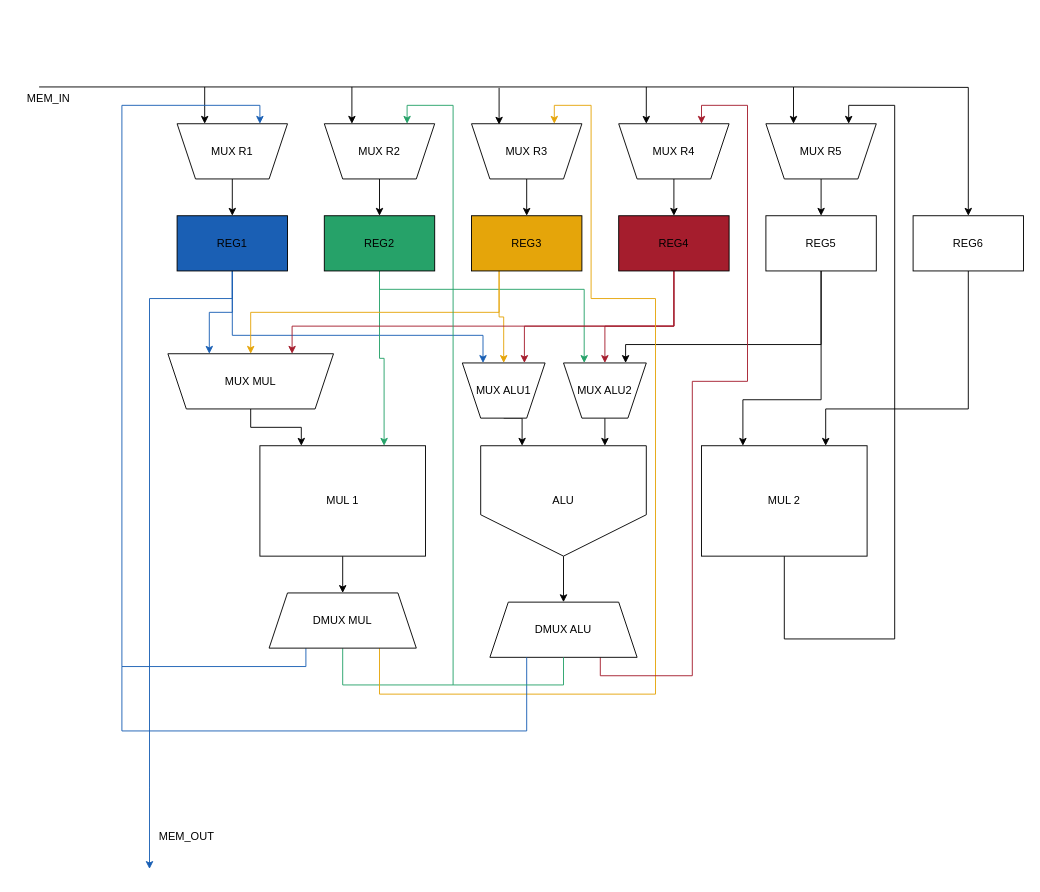
WoneBone/PSD keeps this draw.io diagram as Lab2/Datapath.drawio. Above is the earlier version. Source tidied: cells renumbered, new cells numbered last; positions are measured from the earlier drawing's top-left corner, leaving out a move shared by most shapes. Both pictures are drawn from the tidied source at 92%, with x=0, y=0 at pixel (16, 85).
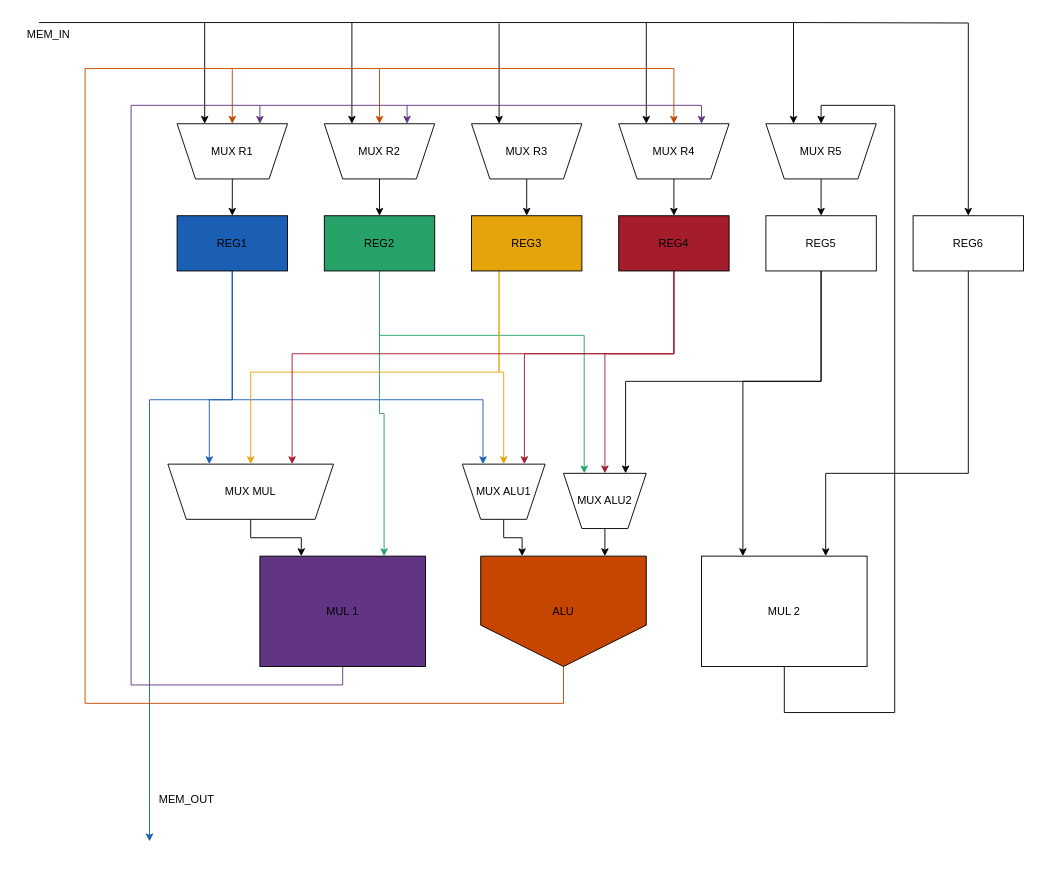
After the change.

Commit message:
Datapath.drawio só com MUX

The change refers to these unchanged cells:
```xml
<mxCell id="5" value="REG1" style="rounded=0;whiteSpace=wrap;html=1;fillColor=#1a5fb4;" parent="1" vertex="1">
  <mxGeometry x="175" y="142" width="120" height="60" as="geometry" />
</mxCell>
<mxCell id="8" value="REG2" style="rounded=0;whiteSpace=wrap;html=1;fillColor=#26a269;" parent="1" vertex="1">
  <mxGeometry x="335" y="142" width="120" height="60" as="geometry" />
</mxCell>
<mxCell id="11" value="REG3" style="rounded=0;whiteSpace=wrap;html=1;fillColor=#e5a50a;" parent="1" vertex="1">
  <mxGeometry x="495" y="142" width="120" height="60" as="geometry" />
</mxCell>
<mxCell id="15" value="REG4" style="rounded=0;whiteSpace=wrap;html=1;fillColor=#a51d2d;" parent="1" vertex="1">
  <mxGeometry x="655" y="142" width="120" height="60" as="geometry" />
</mxCell>
<mxCell id="18" value="REG5" style="rounded=0;whiteSpace=wrap;html=1;" parent="1" vertex="1">
  <mxGeometry x="815" y="142" width="120" height="60" as="geometry" />
</mxCell>
<mxCell id="20" value="&lt;div&gt;REG6&lt;/div&gt;" style="rounded=0;whiteSpace=wrap;html=1;" parent="1" vertex="1">
  <mxGeometry x="975" y="142" width="120" height="60" as="geometry" />
</mxCell>
<mxCell id="22" value="MUX R1" style="shape=trapezoid;perimeter=trapezoidPerimeter;whiteSpace=wrap;html=1;fixedSize=1;flipV=1;" parent="1" vertex="1">
  <mxGeometry x="175" y="42" width="120" height="60" as="geometry" />
</mxCell>
<mxCell id="24" value="MUX R2" style="shape=trapezoid;perimeter=trapezoidPerimeter;whiteSpace=wrap;html=1;fixedSize=1;flipV=1;" parent="1" vertex="1">
  <mxGeometry x="335" y="42" width="120" height="60" as="geometry" />
</mxCell>
<mxCell id="26" value="MUX R3" style="shape=trapezoid;perimeter=trapezoidPerimeter;whiteSpace=wrap;html=1;fixedSize=1;flipV=1;" parent="1" vertex="1">
  <mxGeometry x="495" y="42" width="120" height="60" as="geometry" />
</mxCell>
<mxCell id="28" value="MUX R4" style="shape=trapezoid;perimeter=trapezoidPerimeter;whiteSpace=wrap;html=1;fixedSize=1;flipV=1;" parent="1" vertex="1">
  <mxGeometry x="655" y="42" width="120" height="60" as="geometry" />
</mxCell>
<mxCell id="30" value="MUX R5" style="shape=trapezoid;perimeter=trapezoidPerimeter;whiteSpace=wrap;html=1;fixedSize=1;flipV=1;" parent="1" vertex="1">
  <mxGeometry x="815" y="42" width="120" height="60" as="geometry" />
</mxCell>
```

The edit, as a diff of the source:
```diff
@@
     <mxCell id="2" style="edgeStyle=orthogonalEdgeStyle;rounded=0;jettySize=auto;html=1;exitX=0.5;exitY=1;exitDx=0;exitDy=0;entryX=0.25;entryY=0;entryDx=0;entryDy=0;strokeColor=#1a5fb4;" parent="1" edge="1" source="5" target="44">
-      <mxGeometry relative="1" as="geometry" />
+      <mxGeometry relative="1" as="geometry">
+        <Array as="points">
+          <mxPoint x="235" y="342" />
+          <mxPoint x="210" y="342" />
+        </Array>
+      </mxGeometry>
     </mxCell>
     <mxCell id="3" style="edgeStyle=orthogonalEdgeStyle;rounded=0;jettySize=auto;html=1;exitX=0.5;exitY=1;exitDx=0;exitDy=0;entryX=0.25;entryY=0;entryDx=0;entryDy=0;strokeColor=#1a5fb4;" parent="1" edge="1" source="5" target="46">
       <mxGeometry relative="1" as="geometry">
         <Array as="points">
-          <mxPoint x="235" y="272" />
-          <mxPoint x="508" y="272" />
+          <mxPoint x="235" y="342" />
+          <mxPoint x="507" y="342" />
         </Array>
       </mxGeometry>
     </mxCell>
     <mxCell id="4" style="edgeStyle=orthogonalEdgeStyle;rounded=0;jettySize=auto;html=1;exitX=0.5;exitY=1;exitDx=0;exitDy=0;strokeColor=#1a5fb4;" parent="1" edge="1" source="5">
       <mxGeometry relative="1" as="geometry">
-        <mxPoint x="145" y="852" as="targetPoint" />
+        <mxPoint x="145" y="822" as="targetPoint" />
         <Array as="points">
-          <mxPoint x="235" y="232" />
-          <mxPoint x="145" y="232" />
-          <mxPoint x="145" y="763" />
+          <mxPoint x="235" y="342" />
+          <mxPoint x="145" y="342" />
         </Array>
       </mxGeometry>
     </mxCell>
@@
     <mxCell id="7" style="edgeStyle=orthogonalEdgeStyle;rounded=0;jettySize=auto;html=1;exitX=0.5;exitY=1;exitDx=0;exitDy=0;entryX=0.25;entryY=0;entryDx=0;entryDy=0;strokeColor=#26a269;" parent="1" edge="1" source="8" target="48">
       <mxGeometry relative="1" as="geometry">
         <Array as="points">
-          <mxPoint x="395" y="222" />
-          <mxPoint x="618" y="222" />
+          <mxPoint x="395" y="272" />
+          <mxPoint x="617" y="272" />
         </Array>
       </mxGeometry>
     </mxCell>
@@
     <mxCell id="9" style="edgeStyle=orthogonalEdgeStyle;rounded=0;jettySize=auto;html=1;exitX=0.25;exitY=1;exitDx=0;exitDy=0;entryX=0.5;entryY=0;entryDx=0;entryDy=0;strokeColor=#e5a50a;" parent="1" edge="1" source="11" target="44">
-      <mxGeometry relative="1" as="geometry" />
+      <mxGeometry relative="1" as="geometry">
+        <Array as="points">
+          <mxPoint x="525" y="312" />
+          <mxPoint x="255" y="312" />
+        </Array>
+      </mxGeometry>
     </mxCell>
     <mxCell id="10" style="edgeStyle=orthogonalEdgeStyle;rounded=0;jettySize=auto;html=1;exitX=0.25;exitY=1;exitDx=0;exitDy=0;entryX=0.5;entryY=0;entryDx=0;entryDy=0;strokeColor=#e5a50a;" parent="1" edge="1" source="11" target="46">
-      <mxGeometry relative="1" as="geometry" />
+      <mxGeometry relative="1" as="geometry">
+        <Array as="points">
+          <mxPoint x="525" y="312" />
+          <mxPoint x="530" y="312" />
+        </Array>
+      </mxGeometry>
     </mxCell>
@@
     <mxCell id="12" style="edgeStyle=orthogonalEdgeStyle;rounded=0;jettySize=auto;html=1;exitX=0.5;exitY=1;exitDx=0;exitDy=0;entryX=0.75;entryY=0;entryDx=0;entryDy=0;strokeColor=#a51d2d;" parent="1" edge="1" source="15" target="44">
       <mxGeometry relative="1" as="geometry">
         <Array as="points">
-          <mxPoint x="715" y="262" />
-          <mxPoint x="300" y="262" />
+          <mxPoint x="715" y="292" />
+          <mxPoint x="300" y="292" />
         </Array>
       </mxGeometry>
     </mxCell>
     <mxCell id="13" style="edgeStyle=orthogonalEdgeStyle;rounded=0;jettySize=auto;html=1;exitX=0.5;exitY=1;exitDx=0;exitDy=0;entryX=0.75;entryY=0;entryDx=0;entryDy=0;strokeColor=#a51d2d;" parent="1" edge="1" source="15" target="46">
       <mxGeometry relative="1" as="geometry">
         <Array as="points">
-          <mxPoint x="715" y="262" />
-          <mxPoint x="553" y="262" />
+          <mxPoint x="715" y="292" />
+          <mxPoint x="553" y="292" />
         </Array>
       </mxGeometry>
     </mxCell>
     <mxCell id="14" style="edgeStyle=orthogonalEdgeStyle;rounded=0;jettySize=auto;html=1;exitX=0.5;exitY=1;exitDx=0;exitDy=0;entryX=0.5;entryY=0;entryDx=0;entryDy=0;strokeColor=#a51d2d;" parent="1" edge="1" source="15" target="48">
       <mxGeometry relative="1" as="geometry">
         <Array as="points">
-          <mxPoint x="715" y="262" />
-          <mxPoint x="640" y="262" />
+          <mxPoint x="715" y="292" />
+          <mxPoint x="640" y="292" />
         </Array>
       </mxGeometry>
     </mxCell>
@@
     <mxCell id="16" style="edgeStyle=orthogonalEdgeStyle;rounded=0;jettySize=auto;html=1;exitX=0.5;exitY=1;exitDx=0;exitDy=0;entryX=0.25;entryY=0;entryDx=0;entryDy=0;" parent="1" edge="1" source="18" target="40">
       <mxGeometry relative="1" as="geometry">
         <Array as="points">
-          <mxPoint x="875" y="342" />
-          <mxPoint x="790" y="342" />
+          <mxPoint x="875" y="322" />
+          <mxPoint x="790" y="322" />
         </Array>
       </mxGeometry>
     </mxCell>
     <mxCell id="17" style="edgeStyle=orthogonalEdgeStyle;rounded=0;jettySize=auto;html=1;exitX=0.5;exitY=1;exitDx=0;exitDy=0;entryX=0.75;entryY=0;entryDx=0;entryDy=0;" parent="1" edge="1" source="18" target="48">
       <mxGeometry relative="1" as="geometry">
         <Array as="points">
-          <mxPoint x="875" y="282" />
-          <mxPoint x="663" y="282" />
+          <mxPoint x="875" y="322" />
+          <mxPoint x="663" y="322" />
         </Array>
       </mxGeometry>
     </mxCell>
@@
     <mxCell id="19" style="edgeStyle=orthogonalEdgeStyle;rounded=0;jettySize=auto;html=1;exitX=0.5;exitY=1;exitDx=0;exitDy=0;entryX=0.75;entryY=0;entryDx=0;entryDy=0;" parent="1" edge="1" source="20" target="40">
       <mxGeometry relative="1" as="geometry">
         <Array as="points">
-          <mxPoint x="1035" y="352" />
-          <mxPoint x="880" y="352" />
+          <mxPoint x="1035" y="422" />
+          <mxPoint x="880" y="422" />
         </Array>
       </mxGeometry>
     </mxCell>
@@
     <mxCell id="31" style="edgeStyle=orthogonalEdgeStyle;rounded=0;jettySize=auto;html=1;" parent="1" edge="1" target="20">
       <mxGeometry relative="1" as="geometry">
-        <mxPoint x="845" y="2" as="sourcePoint" />
+        <mxPoint x="845" y="-68" as="sourcePoint" />
       </mxGeometry>
     </mxCell>
     <mxCell id="32" style="endArrow=classic;html=1;rounded=0;entryX=0.25;entryY=0;entryDx=0;entryDy=0;" parent="1" edge="1" target="30">
       <mxGeometry relative="1" as="geometry">
-        <mxPoint x="25" y="2" as="sourcePoint" />
+        <mxPoint x="25" y="-68" as="sourcePoint" />
         <Array as="points">
-          <mxPoint x="845" y="2" />
+          <mxPoint x="845" y="-68" />
         </Array>
       </mxGeometry>
     </mxCell>
     <mxCell id="33" style="endArrow=classic;html=1;rounded=0;entryX=0.25;entryY=0;entryDx=0;entryDy=0;" parent="1" edge="1" target="22">
       <mxGeometry relative="1" as="geometry">
-        <mxPoint x="205" y="2" as="sourcePoint" />
+        <mxPoint x="205" y="-68" as="sourcePoint" />
       </mxGeometry>
     </mxCell>
     <mxCell id="34" style="endArrow=classic;html=1;rounded=0;entryX=0.25;entryY=0;entryDx=0;entryDy=0;" parent="1" edge="1" target="24">
       <mxGeometry relative="1" as="geometry">
-        <mxPoint x="365" y="2" as="sourcePoint" />
+        <mxPoint x="365" y="-68" as="sourcePoint" />
       </mxGeometry>
     </mxCell>
-    <mxCell id="35" style="endArrow=classic;html=1;rounded=0;entryX=0.25;entryY=0;entryDx=0;entryDy=0;" parent="1" edge="1">
+    <mxCell id="35" style="endArrow=classic;html=1;rounded=0;entryX=0.25;entryY=0;entryDx=0;entryDy=0;" parent="1" edge="1" target="26">
       <mxGeometry relative="1" as="geometry">
-        <mxPoint x="525" y="3" as="sourcePoint" />
-        <mxPoint x="525" y="43" as="targetPoint" />
+        <mxPoint x="525" y="-67" as="sourcePoint" />
       </mxGeometry>
     </mxCell>
     <mxCell id="36" style="endArrow=classic;html=1;rounded=0;entryX=0.25;entryY=0;entryDx=0;entryDy=0;" parent="1" edge="1" target="28">
       <mxGeometry relative="1" as="geometry">
-        <mxPoint x="685" y="2" as="sourcePoint" />
+        <mxPoint x="685" y="-68" as="sourcePoint" />
       </mxGeometry>
     </mxCell>
-    <mxCell id="37" style="edgeStyle=orthogonalEdgeStyle;rounded=0;jettySize=auto;html=1;" parent="1" edge="1" source="38" target="52">
-      <mxGeometry relative="1" as="geometry" />
-    </mxCell>
+    <mxCell id="59" style="edgeStyle=orthogonalEdgeStyle;rounded=0;jettySize=auto;html=1;exitX=0.5;exitY=1;exitDx=0;exitDy=0;entryX=0.5;entryY=0;entryDx=0;entryDy=0;strokeColor=#c64600;" parent="1" edge="1" source="42" target="22">
+      <mxGeometry relative="1" as="geometry">
+        <Array as="points">
+          <mxPoint x="595" y="672" />
+          <mxPoint x="75" y="672" />
+          <mxPoint x="75" y="-18" />
+          <mxPoint x="235" y="-18" />
+        </Array>
+      </mxGeometry>
+    </mxCell>
+    <mxCell id="60" style="edgeStyle=orthogonalEdgeStyle;rounded=0;jettySize=auto;html=1;exitX=0.5;exitY=1;exitDx=0;exitDy=0;entryX=0.75;entryY=0;entryDx=0;entryDy=0;strokeColor=#613583;" parent="1" edge="1" source="38" target="22">
+      <mxGeometry relative="1" as="geometry">
+        <Array as="points">
+          <mxPoint x="355" y="652" />
+          <mxPoint x="125" y="652" />
+          <mxPoint x="125" y="22" />
+          <mxPoint x="265" y="22" />
+        </Array>
+      </mxGeometry>
+    </mxCell>
-    <mxCell id="38" value="MUL 1" style="rounded=0;whiteSpace=wrap;html=1;" parent="1" vertex="1">
-      <mxGeometry x="265" y="392" width="180" height="120" as="geometry" />
+    <mxCell id="38" value="MUL 1" style="rounded=0;whiteSpace=wrap;html=1;fillColor=#613583;" parent="1" vertex="1">
+      <mxGeometry x="265" y="512" width="180" height="120" as="geometry" />
     </mxCell>
-    <mxCell id="39" style="edgeStyle=orthogonalEdgeStyle;rounded=0;jettySize=auto;html=1;exitX=0.5;exitY=1;exitDx=0;exitDy=0;entryX=0.75;entryY=0;entryDx=0;entryDy=0;" parent="1" edge="1" source="40" target="30">
+    <mxCell id="39" style="edgeStyle=orthogonalEdgeStyle;rounded=0;jettySize=auto;html=1;exitX=0.5;exitY=1;exitDx=0;exitDy=0;entryX=0.5;entryY=0;entryDx=0;entryDy=0;" parent="1" edge="1" source="40" target="30">
       <mxGeometry relative="1" as="geometry">
         <Array as="points">
-          <mxPoint x="835" y="602" />
-          <mxPoint x="955" y="602" />
+          <mxPoint x="835" y="682" />
+          <mxPoint x="955" y="682" />
           <mxPoint x="955" y="22" />
-          <mxPoint x="905" y="22" />
+          <mxPoint x="875" y="22" />
         </Array>
       </mxGeometry>
     </mxCell>
     <mxCell id="40" value="MUL 2" style="rounded=0;whiteSpace=wrap;html=1;" parent="1" vertex="1">
-      <mxGeometry x="745" y="392" width="180" height="120" as="geometry" />
+      <mxGeometry x="745" y="512" width="180" height="120" as="geometry" />
     </mxCell>
-    <mxCell id="41" style="edgeStyle=orthogonalEdgeStyle;rounded=0;jettySize=auto;html=1;" parent="1" edge="1" source="42" target="54">
-      <mxGeometry relative="1" as="geometry" />
-    </mxCell>
-    <mxCell id="42" value="ALU" style="shape=offPageConnector;whiteSpace=wrap;html=1;" parent="1" vertex="1">
-      <mxGeometry x="505" y="392" width="180" height="120" as="geometry" />
+    <mxCell id="42" value="ALU" style="shape=offPageConnector;whiteSpace=wrap;html=1;fillColor=#c64600;" parent="1" vertex="1">
+      <mxGeometry x="505" y="512" width="180" height="120" as="geometry" />
     </mxCell>
@@
     <mxCell id="44" value="MUX MUL" style="shape=trapezoid;perimeter=trapezoidPerimeter;whiteSpace=wrap;html=1;fixedSize=1;flipV=1;" parent="1" vertex="1">
-      <mxGeometry x="165" y="292" width="180" height="60" as="geometry" />
+      <mxGeometry x="165" y="412" width="180" height="60" as="geometry" />
     </mxCell>
@@
     <mxCell id="46" value="MUX ALU1" style="shape=trapezoid;perimeter=trapezoidPerimeter;whiteSpace=wrap;html=1;fixedSize=1;flipV=1;" parent="1" vertex="1">
-      <mxGeometry x="485" y="302" width="90" height="60" as="geometry" />
+      <mxGeometry x="485" y="412" width="90" height="60" as="geometry" />
     </mxCell>
@@
     <mxCell id="48" value="MUX ALU2" style="shape=trapezoid;perimeter=trapezoidPerimeter;whiteSpace=wrap;html=1;fixedSize=1;flipV=1;" parent="1" vertex="1">
-      <mxGeometry x="595" y="302" width="90" height="60" as="geometry" />
+      <mxGeometry x="595" y="422" width="90" height="60" as="geometry" />
     </mxCell>
-    <mxCell id="49" style="edgeStyle=orthogonalEdgeStyle;rounded=0;jettySize=auto;html=1;exitX=0.25;exitY=1;exitDx=0;exitDy=0;entryX=0.75;entryY=0;entryDx=0;entryDy=0;strokeColor=#1a5fb4;" parent="1" edge="1" source="52" target="22">
-      <mxGeometry relative="1" as="geometry">
-        <Array as="points">
-          <mxPoint x="315" y="632" />
-          <mxPoint x="115" y="632" />
-          <mxPoint x="115" y="22" />
-          <mxPoint x="265" y="22" />
-        </Array>
-      </mxGeometry>
-    </mxCell>
-    <mxCell id="50" style="edgeStyle=orthogonalEdgeStyle;rounded=0;jettySize=auto;html=1;exitX=0.5;exitY=1;exitDx=0;exitDy=0;entryX=0.75;entryY=0;entryDx=0;entryDy=0;strokeColor=#26a269;" parent="1" edge="1" source="52" target="24">
-      <mxGeometry relative="1" as="geometry">
-        <Array as="points">
-          <mxPoint x="355" y="652" />
-          <mxPoint x="475" y="652" />
-          <mxPoint x="475" y="22" />
-          <mxPoint x="425" y="22" />
-        </Array>
-      </mxGeometry>
-    </mxCell>
-    <mxCell id="51" style="edgeStyle=orthogonalEdgeStyle;rounded=0;jettySize=auto;html=1;exitX=0.75;exitY=1;exitDx=0;exitDy=0;entryX=0.75;entryY=0;entryDx=0;entryDy=0;strokeColor=#e5a50a;" parent="1" edge="1" source="52" target="26">
-      <mxGeometry relative="1" as="geometry">
-        <Array as="points">
-          <mxPoint x="395" y="662" />
-          <mxPoint x="695" y="662" />
-          <mxPoint x="695" y="232" />
-          <mxPoint x="625" y="232" />
-          <mxPoint x="625" y="22" />
-          <mxPoint x="585" y="22" />
-        </Array>
-      </mxGeometry>
-    </mxCell>
-    <mxCell id="52" value="DMUX MUL" style="shape=trapezoid;perimeter=trapezoidPerimeter;whiteSpace=wrap;html=1;fixedSize=1;" parent="1" vertex="1">
-      <mxGeometry x="275" y="552" width="160" height="60" as="geometry" />
-    </mxCell>
-    <mxCell id="53" style="edgeStyle=orthogonalEdgeStyle;rounded=0;jettySize=auto;html=1;exitX=0.75;exitY=1;exitDx=0;exitDy=0;entryX=0.75;entryY=0;entryDx=0;entryDy=0;strokeColor=#a51d2d;" parent="1" edge="1" source="54" target="28">
-      <mxGeometry relative="1" as="geometry">
-        <Array as="points">
-          <mxPoint x="635" y="642" />
-          <mxPoint x="735" y="642" />
-          <mxPoint x="735" y="322" />
-          <mxPoint x="795" y="322" />
-          <mxPoint x="795" y="22" />
-          <mxPoint x="745" y="22" />
-        </Array>
-      </mxGeometry>
-    </mxCell>
-    <mxCell id="54" value="DMUX ALU" style="shape=trapezoid;perimeter=trapezoidPerimeter;whiteSpace=wrap;html=1;fixedSize=1;" parent="1" vertex="1">
-      <mxGeometry x="515" y="562" width="160" height="60" as="geometry" />
-    </mxCell>
-    <mxCell id="55" style="endArrow=none;html=1;rounded=0;entryX=0.25;entryY=1;entryDx=0;entryDy=0;strokeColor=#1a5fb4;" parent="1" edge="1" target="54">
-      <mxGeometry relative="1" as="geometry">
-        <mxPoint x="115" y="632" as="sourcePoint" />
-        <Array as="points">
-          <mxPoint x="115" y="702" />
-          <mxPoint x="555" y="702" />
-        </Array>
-      </mxGeometry>
-    </mxCell>
-    <mxCell id="56" style="endArrow=none;html=1;rounded=0;entryX=0.5;entryY=1;entryDx=0;entryDy=0;strokeColor=#26a269;" parent="1" edge="1" target="54">
-      <mxGeometry relative="1" as="geometry">
-        <mxPoint x="475" y="652" as="sourcePoint" />
-        <Array as="points">
-          <mxPoint x="595" y="652" />
-        </Array>
-      </mxGeometry>
-    </mxCell>
     <mxCell id="57" value="MEM_IN" style="text;html=1;align=center;verticalAlign=middle;strokeColor=none;fillColor=none;" parent="1" vertex="1">
-      <mxGeometry width="70" height="30" as="geometry" />
+      <mxGeometry y="-70" width="70" height="30" as="geometry" />
     </mxCell>
     <mxCell id="58" value="MEM_OUT" style="text;html=1;align=center;verticalAlign=middle;strokeColor=none;fillColor=none;" parent="1" vertex="1">
-      <mxGeometry x="145" y="802" width="80" height="30" as="geometry" />
+      <mxGeometry x="145" y="762" width="80" height="30" as="geometry" />
     </mxCell>
+    <mxCell id="61" style="endArrow=classic;html=1;rounded=0;entryX=0.5;entryY=0;entryDx=0;entryDy=0;strokeColor=#c64600;" parent="1" edge="1" target="24">
+      <mxGeometry relative="1" as="geometry">
+        <mxPoint x="235" y="-18" as="sourcePoint" />
+        <Array as="points">
+          <mxPoint x="395" y="-18" />
+        </Array>
+      </mxGeometry>
+    </mxCell>
+    <mxCell id="62" style="endArrow=classic;html=1;rounded=0;entryX=0.5;entryY=0;entryDx=0;entryDy=0;strokeColor=#c64600;" parent="1" edge="1" target="28">
+      <mxGeometry relative="1" as="geometry">
+        <mxPoint x="395" y="-18" as="sourcePoint" />
+        <Array as="points">
+          <mxPoint x="715" y="-18" />
+        </Array>
+      </mxGeometry>
+    </mxCell>
+    <mxCell id="63" style="endArrow=classic;html=1;rounded=0;entryX=0.75;entryY=0;entryDx=0;entryDy=0;strokeColor=#613583;" parent="1" edge="1" target="24">
+      <mxGeometry relative="1" as="geometry">
+        <mxPoint x="265" y="22" as="sourcePoint" />
+        <Array as="points">
+          <mxPoint x="425" y="22" />
+        </Array>
+      </mxGeometry>
+    </mxCell>
+    <mxCell id="64" style="endArrow=classic;html=1;rounded=0;entryX=0.75;entryY=0;entryDx=0;entryDy=0;strokeColor=#613583;" parent="1" edge="1" target="28">
+      <mxGeometry relative="1" as="geometry">
+        <mxPoint x="425" y="22" as="sourcePoint" />
+        <Array as="points">
+          <mxPoint x="745" y="22" />
+        </Array>
+      </mxGeometry>
+    </mxCell>
```
